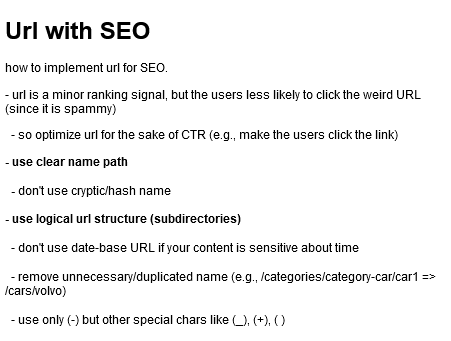
Before: url_overview.png, a diagram exported from draw.io (stsiwo/seo_overview). Source tidied: cells renumbered, new cells last; positions are measured from the earlier drawing's top-left corner, leaving out a move shared by most shapes.
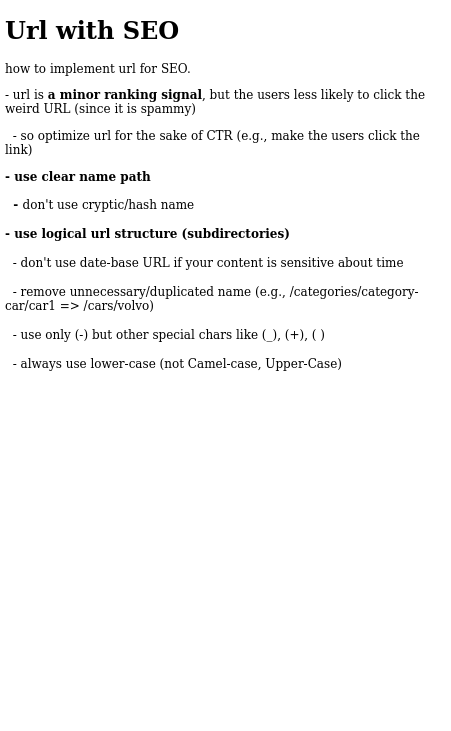
The same file after the commit.

Diff of the diagram source:
```diff
@@ -2,8 +2,8 @@
   <root>
     <mxCell id="0" />
     <mxCell id="1" parent="0" />
-    <mxCell id="2" value="&lt;h1&gt;Url with SEO&lt;br&gt;&lt;/h1&gt;&lt;p&gt;how to implement url for SEO.&lt;/p&gt;&lt;p&gt;- url is a minor ranking signal, but the users less likely to click the weird URL (since it is spammy)&lt;/p&gt;&lt;p&gt;&amp;nbsp; - so optimize url for the sake of CTR (e.g., make the users click the link)&lt;br&gt;&lt;/p&gt;&lt;div&gt;&lt;b&gt;- use clear name path&lt;/b&gt;&lt;/div&gt;&lt;div&gt;&lt;b&gt;&lt;br&gt;&lt;/b&gt;&lt;/div&gt;&lt;div&gt;&lt;b&gt;&amp;nbsp; - &lt;/b&gt;don't use cryptic/hash name&lt;/div&gt;&lt;div&gt;&lt;br&gt;&lt;/div&gt;&lt;div&gt;&lt;b&gt;- use logical url structure (subdirectories)&lt;/b&gt;&lt;/div&gt;&lt;div&gt;&lt;br&gt;&lt;/div&gt;&lt;div&gt;&amp;nbsp; - don't use date-base URL if your content is sensitive about time&lt;br&gt;&lt;/div&gt;&lt;div&gt;&lt;br&gt;&lt;/div&gt;&lt;div&gt;&amp;nbsp; - remove unnecessary/duplicated name (e.g., /categories/category-car/car1 =&amp;gt; /cars/volvo)&lt;/div&gt;&lt;div&gt;&lt;br&gt;&lt;/div&gt;&lt;div&gt;&amp;nbsp; - use only (-) but other special chars like (_), (+), ( )&lt;/div&gt;&lt;div&gt;&lt;br&gt;&lt;/div&gt;&lt;div&gt;&amp;nbsp; - always use lower-case (not Camel-case, Upper-Case)&lt;br&gt;&lt;/div&gt;" style="text;html=1;strokeColor=none;fillColor=none;spacing=5;spacingTop=-20;whiteSpace=wrap;overflow=hidden;rounded=0;" parent="1" vertex="1">
-      <mxGeometry width="450" height="330" as="geometry" />
+    <mxCell id="2" value="&lt;h1&gt;Url with SEO&lt;br&gt;&lt;/h1&gt;&lt;p&gt;how to implement url for SEO.&lt;/p&gt;&lt;p&gt;- url is &lt;b&gt;a minor ranking signal&lt;/b&gt;, but the users less likely to click the weird URL (since it is spammy)&lt;/p&gt;&lt;p&gt;&amp;nbsp; - so optimize url for the sake of CTR (e.g., make the users click the link)&lt;br&gt;&lt;/p&gt;&lt;div&gt;&lt;b&gt;- use clear name path&lt;/b&gt;&lt;/div&gt;&lt;div&gt;&lt;b&gt;&lt;br&gt;&lt;/b&gt;&lt;/div&gt;&lt;div&gt;&lt;b&gt;&amp;nbsp; - &lt;/b&gt;don't use cryptic/hash name&lt;/div&gt;&lt;div&gt;&lt;br&gt;&lt;/div&gt;&lt;div&gt;&lt;b&gt;- use logical url structure (subdirectories)&lt;/b&gt;&lt;/div&gt;&lt;div&gt;&lt;br&gt;&lt;/div&gt;&lt;div&gt;&amp;nbsp; - don't use date-base URL if your content is sensitive about time&lt;br&gt;&lt;/div&gt;&lt;div&gt;&lt;br&gt;&lt;/div&gt;&lt;div&gt;&amp;nbsp; - remove unnecessary/duplicated name (e.g., /categories/category-car/car1 =&amp;gt; /cars/volvo)&lt;/div&gt;&lt;div&gt;&lt;br&gt;&lt;/div&gt;&lt;div&gt;&amp;nbsp; - use only (-) but other special chars like (_), (+), ( )&lt;/div&gt;&lt;div&gt;&lt;br&gt;&lt;/div&gt;&lt;div&gt;&amp;nbsp; - always use lower-case (not Camel-case, Upper-Case)&lt;/div&gt;&lt;div&gt;&lt;br&gt;&lt;/div&gt;" style="text;html=1;strokeColor=none;fillColor=none;spacing=5;spacingTop=-20;whiteSpace=wrap;overflow=hidden;rounded=0;" parent="1" vertex="1">
+      <mxGeometry width="450" height="720" as="geometry" />
     </mxCell>
   </root>
 </mxGraphModel>
```
